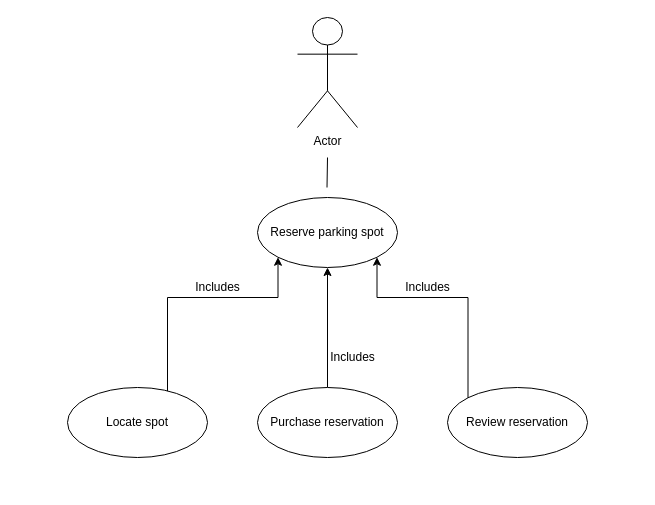
This is docs/Use_Case_Diagrams/Reserve_Spot.drawio from lexykj/TheDjinns-Group10, a draw.io file, before an edit. Source tidied: cells renumbered, new cells numbered last; positions are measured from the earlier drawing's top-left corner, leaving out a move shared by most shapes. Both pictures are drawn from the tidied source at 100%, with x=0, y=0 at pixel (67, 17).
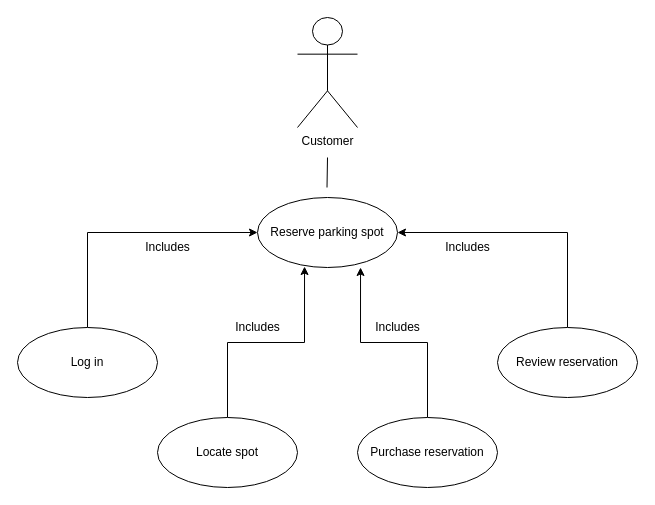
The same diagram, later.

What changed in the source:
```diff
@@
 <mxGraphModel>
   <root>
     <mxCell id="0" />
     <mxCell id="1" parent="0" />
-    <mxCell id="2" value="Actor" style="shape=umlActor;verticalLabelPosition=bottom;verticalAlign=top;html=1;" parent="1" vertex="1">
+    <mxCell id="2" value="Customer" style="shape=umlActor;verticalLabelPosition=bottom;verticalAlign=top;html=1;" parent="1" vertex="1">
       <mxGeometry x="230" width="60" height="110" as="geometry" />
     </mxCell>
     <mxCell id="3" value="Reserve parking spot" style="ellipse;whiteSpace=wrap;html=1;" parent="1" vertex="1">
       <mxGeometry x="190" y="180" width="140" height="70" as="geometry" />
     </mxCell>
-    <mxCell id="4" style="edgeStyle=orthogonalEdgeStyle;rounded=0;jettySize=auto;html=1;exitX=1;exitY=0;exitDx=0;exitDy=0;entryX=0;entryY=1;entryDx=0;entryDy=0;" parent="1" edge="1" source="5" target="3">
-      <mxGeometry relative="1" as="geometry">
-        <Array as="points">
-          <mxPoint x="100" y="280" />
-          <mxPoint x="211" y="280" />
-        </Array>
-      </mxGeometry>
+    <mxCell id="4" style="edgeStyle=orthogonalEdgeStyle;rounded=0;jettySize=auto;html=1;exitX=0.5;exitY=0;exitDx=0;exitDy=0;entryX=0.336;entryY=0.986;entryDx=0;entryDy=0;entryPerimeter=0;" parent="1" edge="1" source="5" target="3">
+      <mxGeometry relative="1" as="geometry" />
     </mxCell>
     <mxCell id="5" value="Locate spot" style="ellipse;whiteSpace=wrap;html=1;" parent="1" vertex="1">
-      <mxGeometry y="370" width="140" height="70" as="geometry" />
+      <mxGeometry x="90" y="400" width="140" height="70" as="geometry" />
     </mxCell>
-    <mxCell id="6" style="edgeStyle=orthogonalEdgeStyle;rounded=0;jettySize=auto;html=1;exitX=0.5;exitY=0;exitDx=0;exitDy=0;" parent="1" edge="1" source="7" target="3">
+    <mxCell id="6" style="edgeStyle=orthogonalEdgeStyle;rounded=0;jettySize=auto;html=1;exitX=0.5;exitY=0;exitDx=0;exitDy=0;entryX=0.736;entryY=1;entryDx=0;entryDy=0;entryPerimeter=0;" parent="1" edge="1" source="7" target="3">
       <mxGeometry relative="1" as="geometry" />
     </mxCell>
     <mxCell id="7" value="Purchase reservation" style="ellipse;whiteSpace=wrap;html=1;" parent="1" vertex="1">
-      <mxGeometry x="190" y="370" width="140" height="70" as="geometry" />
+      <mxGeometry x="290" y="400" width="140" height="70" as="geometry" />
     </mxCell>
-    <mxCell id="8" style="edgeStyle=orthogonalEdgeStyle;rounded=0;jettySize=auto;html=1;exitX=0;exitY=0;exitDx=0;exitDy=0;entryX=1;entryY=1;entryDx=0;entryDy=0;" parent="1" edge="1" source="9" target="3">
-      <mxGeometry relative="1" as="geometry">
-        <Array as="points">
-          <mxPoint x="401" y="280" />
-          <mxPoint x="310" y="280" />
-        </Array>
-      </mxGeometry>
+    <mxCell id="8" style="edgeStyle=orthogonalEdgeStyle;rounded=0;jettySize=auto;html=1;exitX=0.5;exitY=0;exitDx=0;exitDy=0;entryX=1;entryY=0.5;entryDx=0;entryDy=0;" parent="1" edge="1" source="9" target="3">
+      <mxGeometry relative="1" as="geometry" />
     </mxCell>
     <mxCell id="9" value="Review reservation" style="ellipse;whiteSpace=wrap;html=1;" parent="1" vertex="1">
-      <mxGeometry x="380" y="370" width="140" height="70" as="geometry" />
+      <mxGeometry x="430" y="310" width="140" height="70" as="geometry" />
     </mxCell>
     <mxCell id="10" value="Includes" style="text;html=1;align=center;verticalAlign=middle;" parent="1" vertex="1">
-      <mxGeometry x="120" y="260" width="60" height="20" as="geometry" />
+      <mxGeometry x="70" y="220" width="60" height="20" as="geometry" />
     </mxCell>
     <mxCell id="11" value="Includes" style="text;html=1;align=center;verticalAlign=middle;" parent="1" vertex="1">
-      <mxGeometry x="330" y="260" width="60" height="20" as="geometry" />
+      <mxGeometry x="370" y="220" width="60" height="20" as="geometry" />
     </mxCell>
     <mxCell id="12" value="Includes" style="text;html=1;align=center;verticalAlign=middle;" parent="1" vertex="1">
-      <mxGeometry x="255" y="330" width="60" height="20" as="geometry" />
+      <mxGeometry x="160" y="300" width="60" height="20" as="geometry" />
     </mxCell>
     <mxCell id="13" style="endArrow=none;html=1;" parent="1" edge="1">
       <mxGeometry relative="1" as="geometry">
         <mxPoint x="259.5" y="170" as="sourcePoint" />
         <mxPoint x="260" y="140" as="targetPoint" />
       </mxGeometry>
     </mxCell>
+    <mxCell id="14" style="edgeStyle=orthogonalEdgeStyle;rounded=0;jettySize=auto;html=1;exitX=0.5;exitY=0;exitDx=0;exitDy=0;entryX=0;entryY=0.5;entryDx=0;entryDy=0;" parent="1" edge="1" source="15" target="3">
+      <mxGeometry relative="1" as="geometry" />
+    </mxCell>
+    <mxCell id="15" value="Log in" style="ellipse;whiteSpace=wrap;html=1;" parent="1" vertex="1">
+      <mxGeometry x="-50" y="310" width="140" height="70" as="geometry" />
+    </mxCell>
+    <mxCell id="16" value="Includes" style="text;html=1;align=center;verticalAlign=middle;" parent="1" vertex="1">
+      <mxGeometry x="300" y="300" width="60" height="20" as="geometry" />
+    </mxCell>
   </root>
 </mxGraphModel>
```
